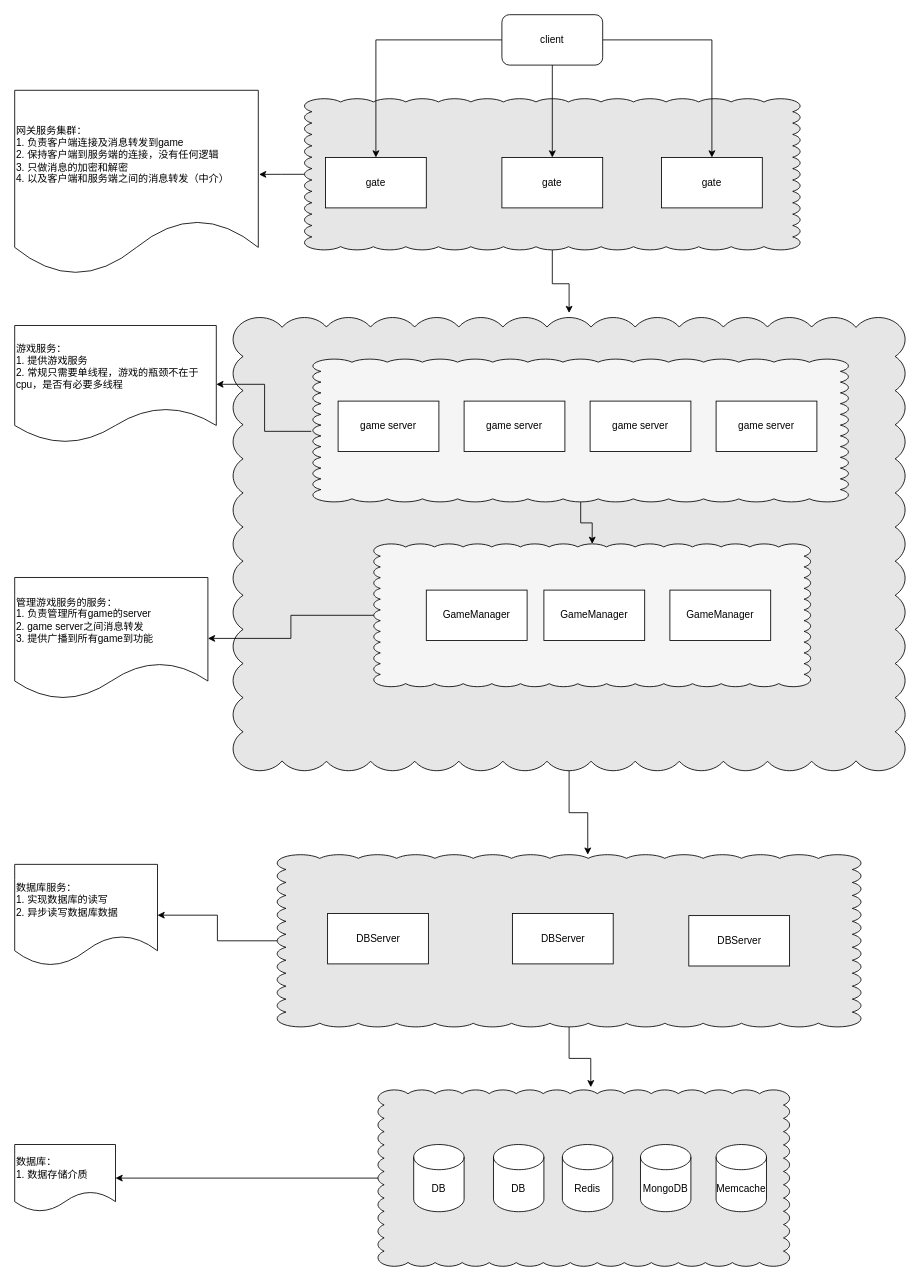
Before: architecture.drawio in smakry/drawio, a draw.io diagram. Source tidied: cells renumbered, new cells numbered last; positions are measured from the earlier drawing's top-left corner, leaving out a move shared by most shapes. Both pictures are drawn from the tidied source at 84%, with x=0, y=0 at pixel (14, 14).
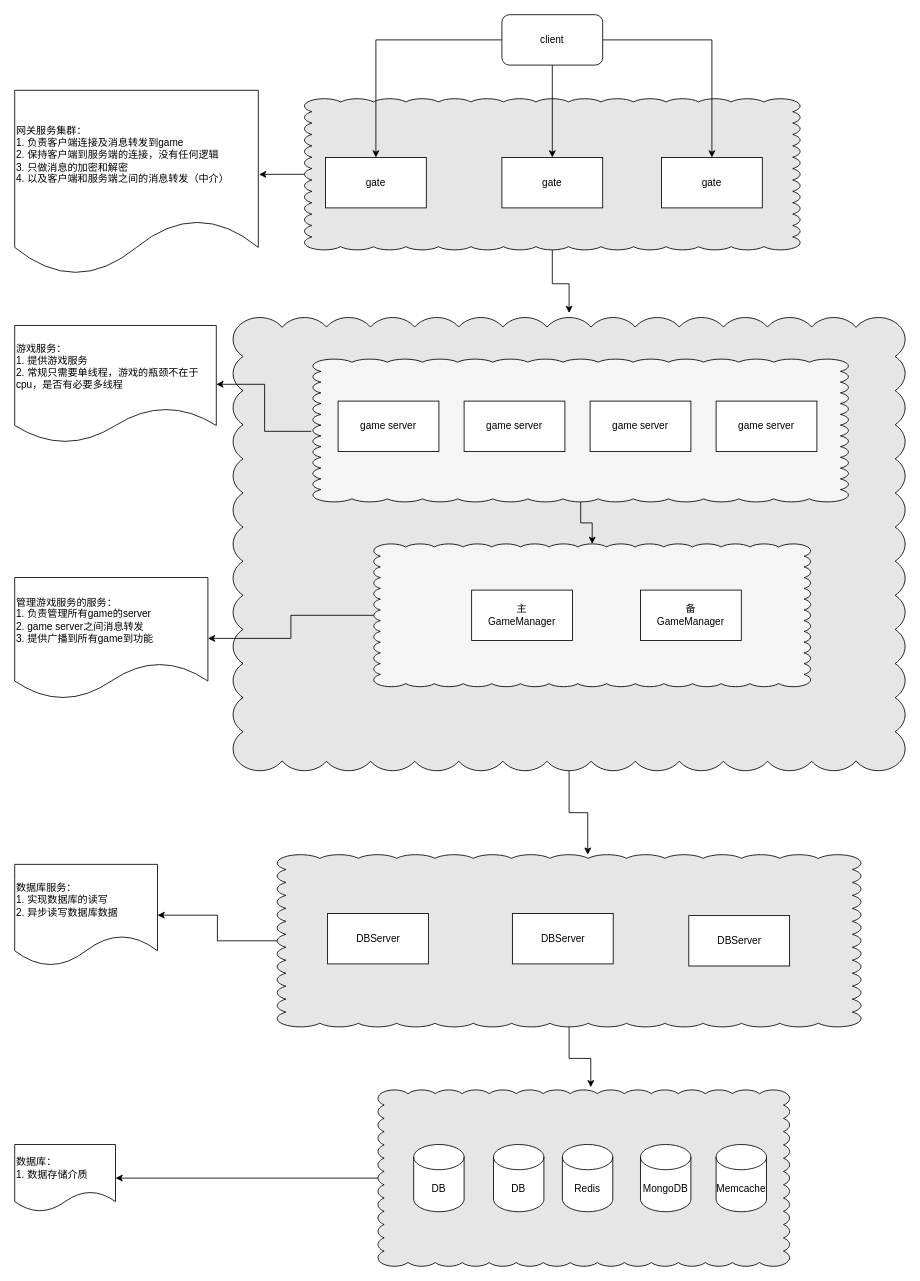
After the change.

Change to the diagram source:
```diff
@@
-    <mxCell id="32" value="GameManager" style="rounded=0;whiteSpace=wrap;html=1;labelBackgroundColor=none;fillColor=#FFFFFF;" parent="1" vertex="1">
-      <mxGeometry x="490" y="685" width="120" height="60" as="geometry" />
+    <mxCell id="32" value="主&lt;br&gt;GameManager" style="rounded=0;whiteSpace=wrap;html=1;labelBackgroundColor=none;fillColor=#FFFFFF;" parent="1" vertex="1">
+      <mxGeometry x="544" y="685" width="120" height="60" as="geometry" />
     </mxCell>
-    <mxCell id="33" value="GameManager" style="rounded=0;whiteSpace=wrap;html=1;labelBackgroundColor=none;fillColor=#FFFFFF;" parent="1" vertex="1">
-      <mxGeometry x="630" y="685" width="120" height="60" as="geometry" />
-    </mxCell>
-    <mxCell id="34" value="GameManager" style="rounded=0;whiteSpace=wrap;html=1;labelBackgroundColor=none;fillColor=#FFFFFF;" parent="1" vertex="1">
-      <mxGeometry x="780" y="685" width="120" height="60" as="geometry" />
-    </mxCell>
@@
+    <mxCell id="45" value="备&lt;br&gt;GameManager" style="rounded=0;whiteSpace=wrap;html=1;labelBackgroundColor=none;fillColor=#FFFFFF;" parent="1" vertex="1">
+      <mxGeometry x="745" y="685" width="120" height="60" as="geometry" />
+    </mxCell>
```
